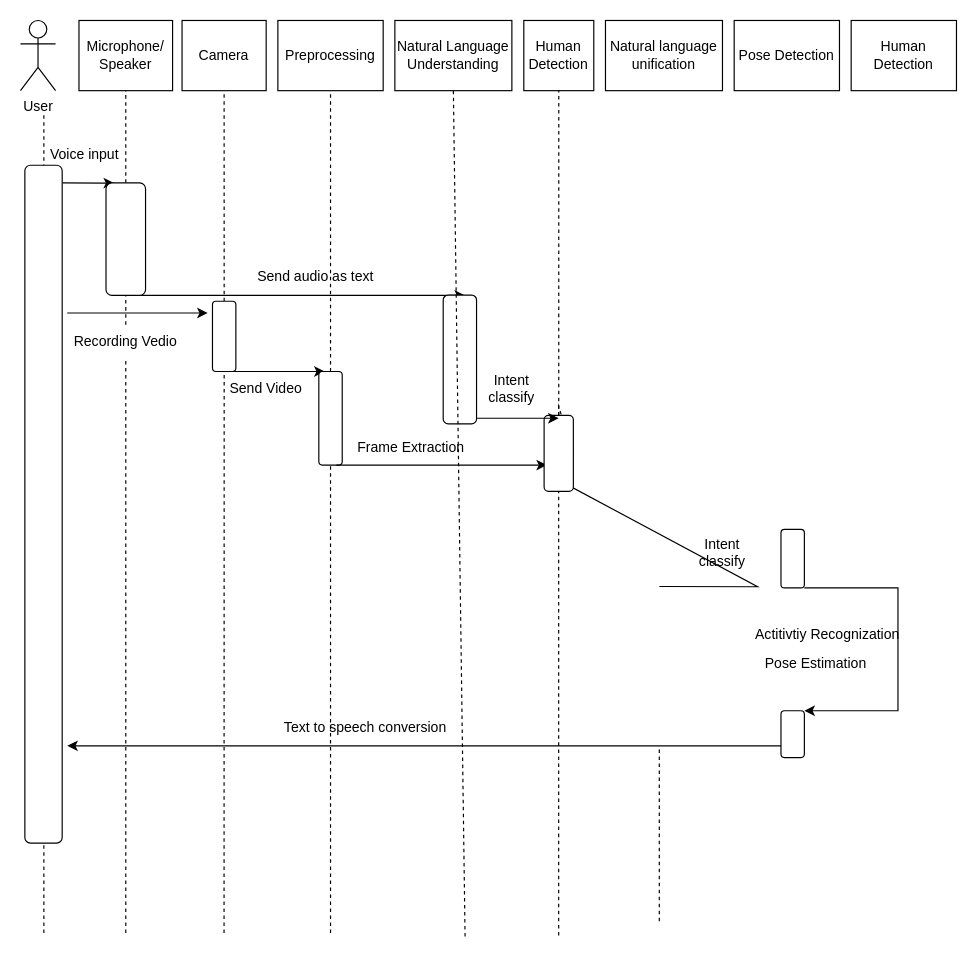
Before: SequenceDaigram.drawio in ahmad2001hotmailyahoo/ahmad-arc, a draw.io diagram. Source tidied: cells renumbered, new cells numbered last; positions are measured from the earlier drawing's top-left corner, leaving out a move shared by most shapes. Both pictures are drawn from the tidied source at 117%, with x=0, y=0 at pixel (-296, 20).
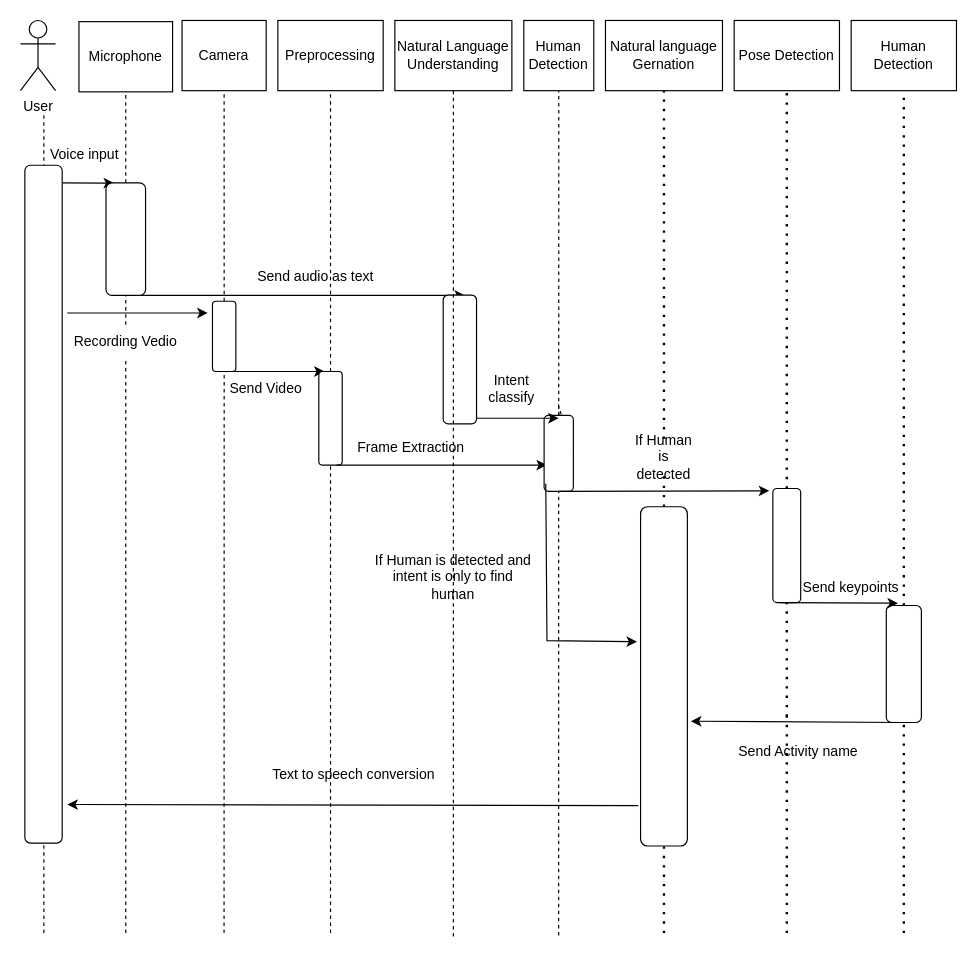
Above is the later version.

The change refers to these unchanged cells:
```xml
<mxCell id="21" style="rounded=1;whiteSpace=wrap;html=1;rotation=90;" parent="1" vertex="1">
  <mxGeometry y="397.5" width="579.4" height="31.9" as="geometry" />
</mxCell>
<mxCell id="28" value="Natural Language Understanding" style="rounded=0;whiteSpace=wrap;html=1;" parent="1" vertex="1">
  <mxGeometry x="590" width="100" height="60" as="geometry" />
</mxCell>
<mxCell id="43" value="Pose Detection" style="rounded=0;whiteSpace=wrap;html=1;" parent="1" vertex="1">
  <mxGeometry x="880" width="90" height="60" as="geometry" />
</mxCell>
<mxCell id="44" value="Human Detection" style="rounded=0;whiteSpace=wrap;html=1;" parent="1" vertex="1">
  <mxGeometry x="980" width="90" height="60" as="geometry" />
</mxCell>
<mxCell id="46" style="rounded=1;whiteSpace=wrap;html=1;rotation=-90;" parent="1" vertex="1">
  <mxGeometry x="697.6" y="357.5" width="64.9" height="25" as="geometry" />
</mxCell>
```

What changed in the source:
```diff
@@
-    <mxCell id="2" value="Microphone/&lt;br&gt;Speaker" style="rounded=0;whiteSpace=wrap;html=1;" parent="1" vertex="1">
-      <mxGeometry x="320" width="80" height="60" as="geometry" />
+    <mxCell id="2" value="Microphone" style="rounded=0;whiteSpace=wrap;html=1;" parent="1" vertex="1">
+      <mxGeometry x="320" y="1" width="80" height="60" as="geometry" />
     </mxCell>
@@
-    <mxCell id="17" style="endArrow=classic;html=1;rounded=0;entryX=1;entryY=1;entryDx=0;entryDy=0;exitX=1;exitY=0;exitDx=0;exitDy=0;" parent="1" edge="1" source="29" target="30">
-      <mxGeometry relative="1" as="geometry">
-        <Array as="points">
-          <mxPoint x="1020" y="485" />
-          <mxPoint x="1020" y="590" />
-        </Array>
-      </mxGeometry>
-    </mxCell>
-    <mxCell id="18" value="Pose Estimation" style="text;html=1;strokeColor=none;fillColor=none;align=center;verticalAlign=middle;whiteSpace=wrap;rounded=0;" parent="1" vertex="1">
-      <mxGeometry x="890" y="535" width="120" height="30" as="geometry" />
-    </mxCell>
-    <mxCell id="19" value="Actitivtiy Recognization" style="text;html=1;strokeColor=none;fillColor=none;align=center;verticalAlign=middle;whiteSpace=wrap;rounded=0;" parent="1" vertex="1">
-      <mxGeometry x="890" y="510" width="140" height="30" as="geometry" />
-    </mxCell>
     <mxCell id="20" value="Text to speech conversion" style="text;html=1;strokeColor=none;fillColor=none;align=center;verticalAlign=middle;whiteSpace=wrap;rounded=0;" parent="1" vertex="1">
-      <mxGeometry x="470" y="590" width="190" height="30" as="geometry" />
+      <mxGeometry x="460" y="630" width="190" height="30" as="geometry" />
     </mxCell>
@@
-    <mxCell id="29" style="rounded=1;whiteSpace=wrap;html=1;rotation=90;" parent="1" vertex="1">
-      <mxGeometry x="905" y="450" width="50" height="20" as="geometry" />
-    </mxCell>
-    <mxCell id="30" style="rounded=1;whiteSpace=wrap;html=1;rotation=-180;direction=south;" parent="1" vertex="1">
-      <mxGeometry x="920" y="590" width="20" height="40" as="geometry" />
-    </mxCell>
-    <mxCell id="31" style="endArrow=classic;html=1;rounded=0;exitX=0.25;exitY=0;exitDx=0;exitDy=0;" parent="1" edge="1" source="30">
-      <mxGeometry relative="1" as="geometry">
-        <mxPoint x="310" y="620" as="targetPoint" />
-      </mxGeometry>
+    <mxCell id="31" style="endArrow=classic;html=1;rounded=0;exitX=0.119;exitY=-0.05;exitDx=0;exitDy=0;entryX=0.943;entryY=-0.137;entryDx=0;entryDy=0;entryPerimeter=0;exitPerimeter=0;" parent="1" edge="1" source="63" target="21">
+      <mxGeometry relative="1" as="geometry" />
     </mxCell>
-    <mxCell id="32" style="endArrow=none;dashed=1;html=1;rounded=0;" parent="1" edge="1">
-      <mxGeometry relative="1" as="geometry">
-        <mxPoint x="816" y="770" as="sourcePoint" />
-        <mxPoint x="816" y="620" as="targetPoint" />
-      </mxGeometry>
-    </mxCell>
-    <mxCell id="33" style="endArrow=classic;html=1;rounded=0;exitX=1;exitY=0.5;exitDx=0;exitDy=0;entryX=0.25;entryY=0;entryDx=0;entryDy=0;" parent="1" edge="1" target="46">
-      <mxGeometry relative="1" as="geometry">
-        <mxPoint x="816.1" y="483.8" as="sourcePoint" />
-        <Array as="points">
-          <mxPoint x="900" y="484" />
-        </Array>
-      </mxGeometry>
-    </mxCell>
-    <mxCell id="34" value="Intent classify" style="text;html=1;strokeColor=none;fillColor=none;align=center;verticalAlign=middle;whiteSpace=wrap;rounded=0;" parent="1" vertex="1">
-      <mxGeometry x="840" y="440" width="60" height="30" as="geometry" />
-    </mxCell>
@@
     <mxCell id="41" style="endArrow=none;dashed=1;html=1;rounded=0;entryX=0.5;entryY=1;entryDx=0;entryDy=0;" parent="1" edge="1" target="28">
       <mxGeometry relative="1" as="geometry">
-        <mxPoint x="650" y="783" as="sourcePoint" />
+        <mxPoint x="640" y="783" as="sourcePoint" />
       </mxGeometry>
     </mxCell>
-    <mxCell id="42" value="Natural language unification" style="rounded=0;whiteSpace=wrap;html=1;" parent="1" vertex="1">
+    <mxCell id="42" value="Natural language Gernation" style="rounded=0;whiteSpace=wrap;html=1;" parent="1" vertex="1">
       <mxGeometry x="770" width="100" height="60" as="geometry" />
     </mxCell>
@@
+    <mxCell id="49" style="endArrow=none;dashed=1;html=1;dashPattern=1 3;strokeWidth=2;rounded=0;entryX=0.5;entryY=1;entryDx=0;entryDy=0;startArrow=none;" parent="1" edge="1" source="54" target="42">
+      <mxGeometry relative="1" as="geometry" />
+    </mxCell>
+    <mxCell id="50" style="endArrow=none;dashed=1;html=1;dashPattern=1 3;strokeWidth=2;rounded=0;entryX=0.5;entryY=1;entryDx=0;entryDy=0;startArrow=none;" parent="1" edge="1" source="29" target="43">
+      <mxGeometry relative="1" as="geometry" />
+    </mxCell>
+    <mxCell id="51" style="endArrow=none;dashed=1;html=1;dashPattern=1 3;strokeWidth=2;rounded=0;entryX=1;entryY=0.5;entryDx=0;entryDy=0;startArrow=none;" parent="1" edge="1" target="29">
+      <mxGeometry relative="1" as="geometry">
+        <mxPoint x="925" y="595" as="sourcePoint" />
+      </mxGeometry>
+    </mxCell>
+    <mxCell id="29" style="rounded=1;whiteSpace=wrap;html=1;rotation=90;" parent="1" vertex="1">
+      <mxGeometry x="876.2" y="436.9" width="97.5" height="23.8" as="geometry" />
+    </mxCell>
+    <mxCell id="52" style="endArrow=classic;html=1;rounded=0;exitX=0;exitY=0.5;exitDx=0;exitDy=0;" parent="1" edge="1" source="46">
+      <mxGeometry relative="1" as="geometry">
+        <mxPoint x="910" y="402" as="targetPoint" />
+      </mxGeometry>
+    </mxCell>
+    <mxCell id="53" style="endArrow=none;dashed=1;html=1;dashPattern=1 3;strokeWidth=2;rounded=0;entryX=0.5;entryY=1;entryDx=0;entryDy=0;startArrow=none;" parent="1" edge="1" source="63" target="54">
+      <mxGeometry relative="1" as="geometry" />
+    </mxCell>
+    <mxCell id="54" value="If Human is detected" style="text;html=1;strokeColor=none;fillColor=none;align=center;verticalAlign=middle;whiteSpace=wrap;rounded=0;" parent="1" vertex="1">
+      <mxGeometry x="790" y="357.5" width="60" height="30" as="geometry" />
+    </mxCell>
+    <mxCell id="55" style="endArrow=none;dashed=1;html=1;dashPattern=1 3;strokeWidth=2;rounded=0;entryX=0.5;entryY=1;entryDx=0;entryDy=0;" parent="1" edge="1" target="44">
+      <mxGeometry relative="1" as="geometry">
+        <mxPoint x="1025" y="780" as="sourcePoint" />
+      </mxGeometry>
+    </mxCell>
+    <mxCell id="56" style="rounded=1;whiteSpace=wrap;html=1;rotation=90;" parent="1" vertex="1">
+      <mxGeometry x="975" y="535" width="100" height="30" as="geometry" />
+    </mxCell>
+    <mxCell id="57" style="endArrow=classic;html=1;rounded=0;exitX=1;exitY=0.75;exitDx=0;exitDy=0;" parent="1" edge="1" source="29">
+      <mxGeometry relative="1" as="geometry">
+        <mxPoint x="1020" y="498" as="targetPoint" />
+      </mxGeometry>
+    </mxCell>
+    <mxCell id="58" value="Send keypoints" style="text;html=1;strokeColor=none;fillColor=none;align=center;verticalAlign=middle;whiteSpace=wrap;rounded=0;" parent="1" vertex="1">
+      <mxGeometry x="930" y="470" width="100" height="30" as="geometry" />
+    </mxCell>
+    <mxCell id="59" style="endArrow=none;dashed=1;html=1;dashPattern=1 3;strokeWidth=2;rounded=0;" parent="1" edge="1">
+      <mxGeometry relative="1" as="geometry">
+        <mxPoint x="925" y="780" as="sourcePoint" />
+        <mxPoint x="925" y="590" as="targetPoint" />
+      </mxGeometry>
+    </mxCell>
+    <mxCell id="60" style="endArrow=classic;html=1;rounded=0;exitX=1;exitY=0.5;exitDx=0;exitDy=0;entryX=0.368;entryY=1.075;entryDx=0;entryDy=0;entryPerimeter=0;" parent="1" edge="1" source="56" target="63">
+      <mxGeometry relative="1" as="geometry" />
+    </mxCell>
+    <mxCell id="61" value="Send Activity name" style="text;html=1;strokeColor=none;fillColor=none;align=center;verticalAlign=middle;whiteSpace=wrap;rounded=0;" parent="1" vertex="1">
+      <mxGeometry x="870" y="610" width="130" height="30" as="geometry" />
+    </mxCell>
+    <mxCell id="62" style="endArrow=none;dashed=1;html=1;dashPattern=1 3;strokeWidth=2;rounded=0;entryX=0;entryY=0.5;entryDx=0;entryDy=0;" parent="1" edge="1" target="63">
+      <mxGeometry relative="1" as="geometry">
+        <mxPoint x="820" y="780" as="sourcePoint" />
+      </mxGeometry>
+    </mxCell>
+    <mxCell id="63" style="rounded=1;whiteSpace=wrap;html=1;rotation=-90;" parent="1" vertex="1">
+      <mxGeometry x="675" y="540.6" width="290" height="40" as="geometry" />
+    </mxCell>
+    <mxCell id="64" style="endArrow=classic;html=1;rounded=0;exitX=0.1;exitY=0.057;exitDx=0;exitDy=0;exitPerimeter=0;entryX=0.602;entryY=-0.075;entryDx=0;entryDy=0;entryPerimeter=0;" parent="1" edge="1" source="46" target="63">
+      <mxGeometry relative="1" as="geometry">
+        <Array as="points">
+          <mxPoint x="720" y="530" />
+        </Array>
+      </mxGeometry>
+    </mxCell>
+    <mxCell id="65" value="If Human is detected and intent is only to find human" style="text;html=1;strokeColor=none;fillColor=none;align=center;verticalAlign=middle;whiteSpace=wrap;rounded=0;" parent="1" vertex="1">
+      <mxGeometry x="570" y="460.6" width="140" height="30" as="geometry" />
+    </mxCell>
```
